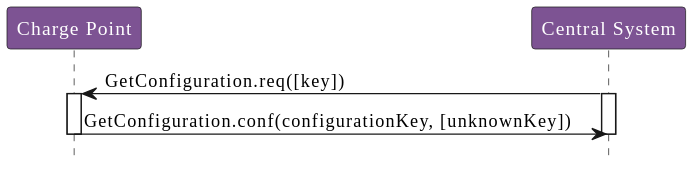
Earlier version of the PlantUML export OCPP_1.6/images/figure_29.svg (phoi5675/ocpp-markdown). The source it was exported from:
```plantuml
@startuml
!include style.puml

participant "Charge Point" as ChargePoint
participant "Central System" as CentralSystem

CentralSystem -> ChargePoint : GetConfiguration.req([key])

activate ChargePoint
activate CentralSystem

ChargePoint -> CentralSystem : GetConfiguration.conf(configurationKey, [unknownKey])

deactivate CentralSystem
deactivate ChargePoint
@enduml
```
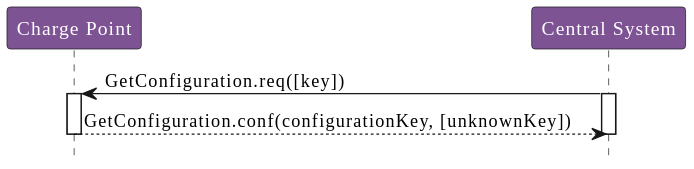
After the change.

What changed in the source:
```diff
@@ -9,7 +9,7 @@
 activate ChargePoint
 activate CentralSystem
 
-ChargePoint -> CentralSystem : GetConfiguration.conf(configurationKey, [unknownKey])
+ChargePoint --> CentralSystem : GetConfiguration.conf(configurationKey, [unknownKey])
 
 deactivate CentralSystem
 deactivate ChargePoint
```
